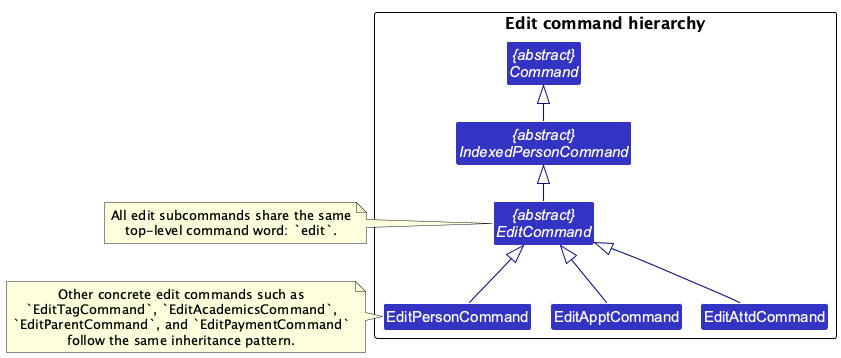
The PlantUML diagram docs/images/EditCommandHierarchyClassDiagram.png in khayliang/tp, before a commit.
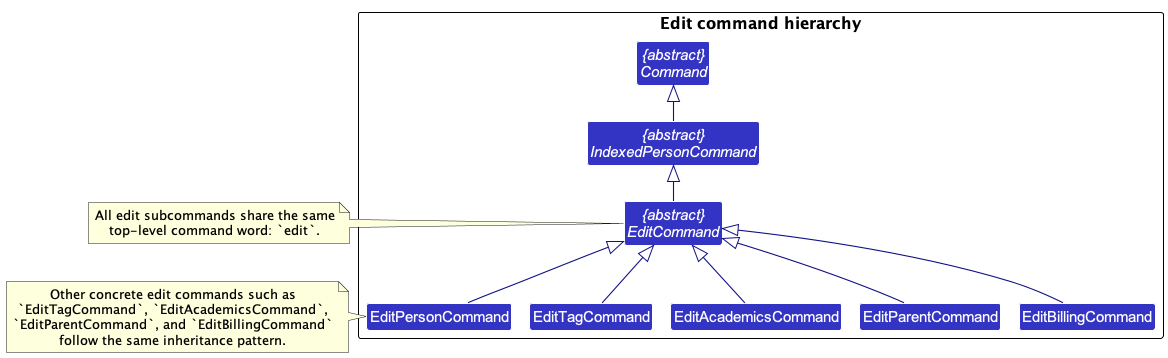
The same diagram one commit later.

Change to the diagram source:
```diff
@@ -12,16 +12,20 @@
 abstract class "{abstract}\nEditCommand" as EditCommand
 
 class EditPersonCommand
-class EditApptCommand
-class EditAttdCommand
+class EditTagCommand
+class EditAcademicsCommand
+class EditParentCommand
+class EditBillingCommand
 }
 
 IndexedPersonCommand -up-|> Command
 EditCommand -up-|> IndexedPersonCommand
 
 EditPersonCommand -up-|> EditCommand
-EditApptCommand -up-|> EditCommand
-EditAttdCommand -up-|> EditCommand
+EditTagCommand -up-|> EditCommand
+EditAcademicsCommand -up-|> EditCommand
+EditParentCommand -up-|> EditCommand
+EditBillingCommand -up-|> EditCommand
 
 note right of EditCommand
 All edit subcommands share the same
@@ -31,7 +35,7 @@
 note right of EditPersonCommand
 Other concrete edit commands such as
 `EditTagCommand`, `EditAcademicsCommand`,
-`EditParentCommand`, and `EditPaymentCommand`
+`EditParentCommand`, and `EditBillingCommand`
 follow the same inheritance pattern.
 end note
 
```
